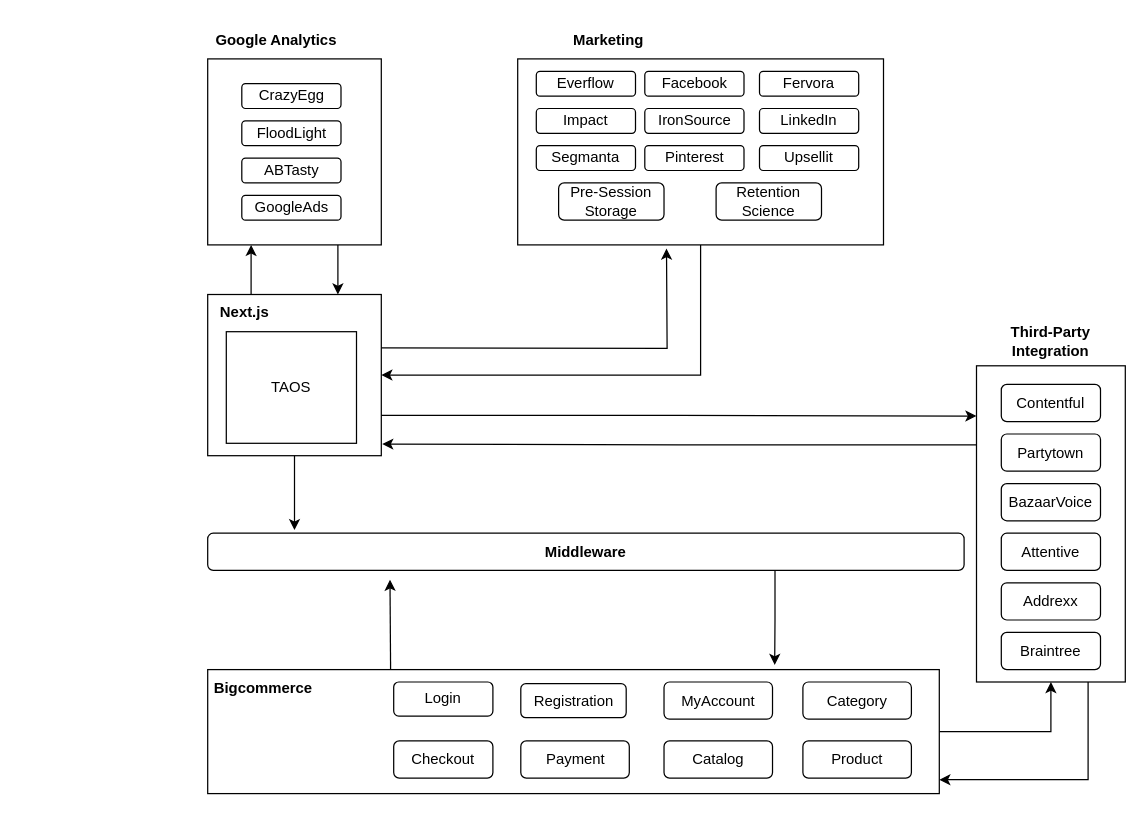
Above: page "TAOS-Proposed" (3 of 3) of TAOS/TAOS-Existing.drawio in akanksha-61087268/drawio (draw.io), before the change. Source tidied: cells renumbered, new cells numbered last; positions are measured from the earlier drawing's top-left corner, leaving out a move shared by most shapes. Both pictures are drawn from the tidied source at 124%, with x=0, y=0 at pixel (201, 21).
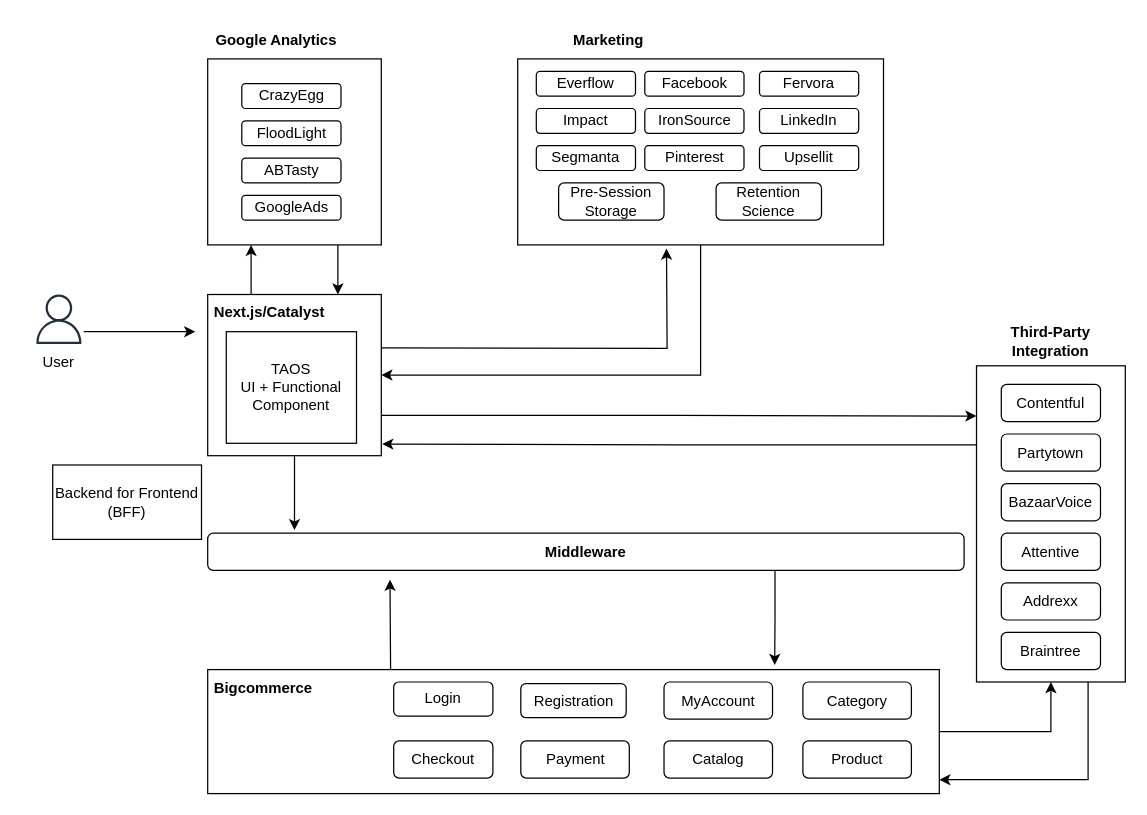
Above is the later version.

What changed in the source:
```diff
@@
-    <mxCell id="33" value="TAOS" style="rounded=0;whiteSpace=wrap;html=1;" parent="1" vertex="1">
+    <mxCell id="33" value="TAOS&lt;br&gt;UI + Functional&lt;br&gt;Component" style="rounded=0;whiteSpace=wrap;html=1;" parent="1" vertex="1">
       <mxGeometry x="20" y="250" width="105" height="90" as="geometry" />
     </mxCell>
@@
-    <mxCell id="37" value="&lt;b&gt;Next.js&lt;/b&gt;" style="text;html=1;align=center;verticalAlign=middle;whiteSpace=wrap;rounded=0;" parent="1" vertex="1">
-      <mxGeometry x="5" y="220" width="60" height="30" as="geometry" />
+    <mxCell id="37" value="&lt;b&gt;Next.js/Catalyst&lt;/b&gt;" style="text;html=1;align=center;verticalAlign=middle;whiteSpace=wrap;rounded=0;" parent="1" vertex="1">
+      <mxGeometry x="25" y="220" width="60" height="30" as="geometry" />
     </mxCell>
@@
+    <mxCell id="54" value="Backend for Frontend&lt;br&gt;(BFF)" style="rounded=0;whiteSpace=wrap;html=1;" parent="1" vertex="1">
+      <mxGeometry x="-120" y="357.5" width="120" height="60" as="geometry" />
+    </mxCell>
+    <mxCell id="55" style="sketch=0;outlineConnect=0;fontColor=#232F3E;gradientColor=none;fillColor=#232F3D;strokeColor=none;dashed=0;verticalLabelPosition=bottom;verticalAlign=top;align=center;html=1;fontSize=12;fontStyle=0;shape=mxgraph.aws4.user;" parent="1" vertex="1">
+      <mxGeometry x="-135" y="220" width="40" height="40" as="geometry" />
+    </mxCell>
+    <mxCell id="56" value="User" style="text;html=1;align=center;verticalAlign=middle;whiteSpace=wrap;rounded=0;" parent="1" vertex="1">
+      <mxGeometry x="-145" y="260" width="60" height="30" as="geometry" />
+    </mxCell>
+    <mxCell id="57" style="endArrow=classic;html=1;rounded=0;exitX=1.05;exitY=0.75;exitDx=0;exitDy=0;exitPerimeter=0;" parent="1" edge="1" source="55">
+      <mxGeometry relative="1" as="geometry">
+        <mxPoint x="-5" y="250" as="targetPoint" />
+        <Array as="points">
+          <mxPoint x="-45" y="250" />
+        </Array>
+      </mxGeometry>
+    </mxCell>
```
